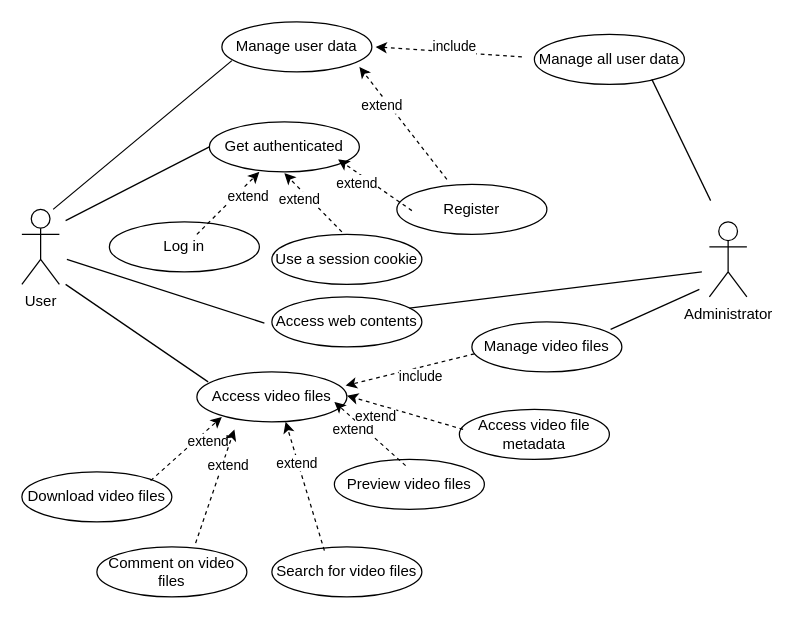
The draw.io diagram diagrams/component/use-cases.drawio in T-bond/secure-webapp-2021, before the edit. Source tidied: cells renumbered, new cells numbered last; positions are measured from the earlier drawing's top-left corner, leaving out a move shared by most shapes. Both pictures are drawn from the tidied source at 125%, with x=0, y=0 at pixel (21, 21).
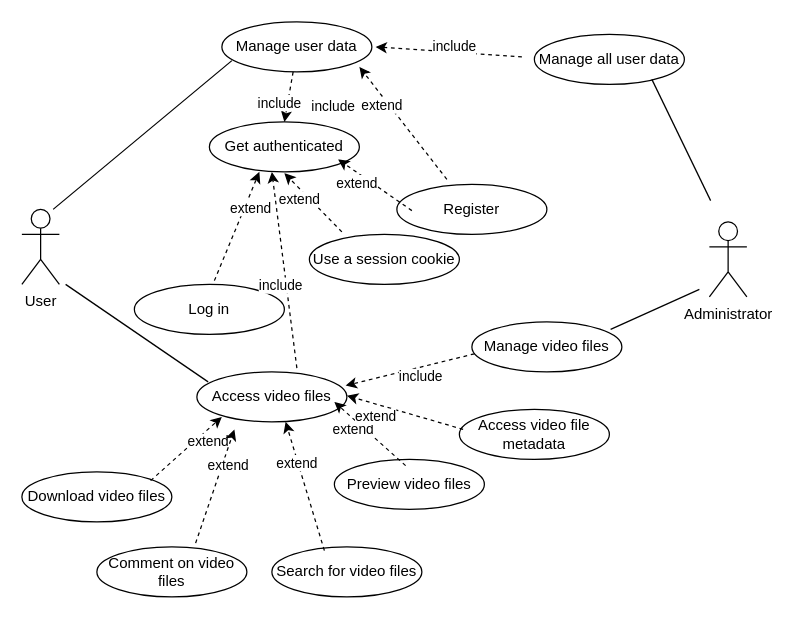
After the change.

Commit message (it also covers changes not shown here):
update use case diagram to make it more readable

Unchanged cells that the change refers to:
```xml
<mxCell id="6" value="Get authenticated" style="ellipse;whiteSpace=wrap;html=1;" parent="1" vertex="1">
  <mxGeometry x="150" y="80" width="120" height="40" as="geometry" />
</mxCell>
```

The edit, as a diff of the source:
```diff
@@
     <mxCell id="5" value="Log in" style="ellipse;whiteSpace=wrap;html=1;" parent="1" vertex="1">
-      <mxGeometry x="70" y="160" width="120" height="40" as="geometry" />
+      <mxGeometry x="90" y="210" width="120" height="40" as="geometry" />
     </mxCell>
@@
     <mxCell id="7" value="Use a session cookie" style="ellipse;whiteSpace=wrap;html=1;" parent="1" vertex="1">
-      <mxGeometry x="200" y="170" width="120" height="40" as="geometry" />
+      <mxGeometry x="230" y="170" width="120" height="40" as="geometry" />
     </mxCell>
     <mxCell id="8" style="endArrow=classic;html=1;rounded=0;strokeColor=default;dashed=1;" parent="1" edge="1">
       <mxGeometry relative="1" as="geometry">
-        <mxPoint x="140" y="170" as="sourcePoint" />
+        <mxPoint x="154" y="207" as="sourcePoint" />
         <mxPoint x="190" y="120" as="targetPoint" />
       </mxGeometry>
     </mxCell>
@@
-    <mxCell id="27" style="endArrow=none;html=1;rounded=0;strokeColor=default;" parent="1" edge="1">
-      <mxGeometry relative="1" as="geometry">
-        <mxPoint x="35" y="159" as="sourcePoint" />
-        <mxPoint x="150" y="100" as="targetPoint" />
-      </mxGeometry>
-    </mxCell>
@@
-    <mxCell id="44" value="Access web contents" style="ellipse;whiteSpace=wrap;html=1;" parent="1" vertex="1">
-      <mxGeometry x="200" y="220" width="120" height="40" as="geometry" />
-    </mxCell>
-    <mxCell id="45" style="endArrow=none;html=1;rounded=0;strokeColor=default;" parent="1" edge="1">
-      <mxGeometry relative="1" as="geometry">
-        <mxPoint x="36" y="190" as="sourcePoint" />
-        <mxPoint x="194" y="241" as="targetPoint" />
-      </mxGeometry>
-    </mxCell>
-    <mxCell id="46" style="endArrow=none;html=1;rounded=0;strokeColor=default;" parent="1" edge="1">
-      <mxGeometry relative="1" as="geometry">
-        <mxPoint x="310" y="229" as="sourcePoint" />
-        <mxPoint x="544" y="200" as="targetPoint" />
-      </mxGeometry>
-    </mxCell>
+    <mxCell id="47" style="endArrow=classic;html=1;rounded=0;strokeColor=default;dashed=1;entryX=0.5;entryY=0;entryDx=0;entryDy=0;" parent="1" edge="1" target="6">
+      <mxGeometry relative="1" as="geometry">
+        <mxPoint x="217" y="40" as="sourcePoint" />
+      </mxGeometry>
+    </mxCell>
+    <mxCell id="48" value="include" style="edgeLabel;html=1;align=center;verticalAlign=middle;" parent="47" vertex="1">
+      <mxGeometry x="0.55" y="1" relative="1" as="geometry">
+        <mxPoint x="36" y="-3" as="offset" />
+      </mxGeometry>
+    </mxCell>
+    <mxCell id="49" value="include" style="edgeLabel;html=1;align=center;verticalAlign=middle;" parent="1" vertex="1">
+      <mxGeometry x="355.1" y="29.8" as="geometry">
+        <mxPoint x="-150" y="35" as="offset" />
+      </mxGeometry>
+    </mxCell>
+    <mxCell id="50" style="endArrow=classic;html=1;rounded=0;strokeColor=default;dashed=1;" parent="1" edge="1">
+      <mxGeometry relative="1" as="geometry">
+        <mxPoint x="220" y="277" as="sourcePoint" />
+        <mxPoint x="200" y="120" as="targetPoint" />
+      </mxGeometry>
+    </mxCell>
+    <mxCell id="51" value="include" style="edgeLabel;html=1;align=center;verticalAlign=middle;" parent="50" vertex="1">
+      <mxGeometry x="0.55" y="1" relative="1" as="geometry">
+        <mxPoint x="3" y="55" as="offset" />
+      </mxGeometry>
+    </mxCell>
```
